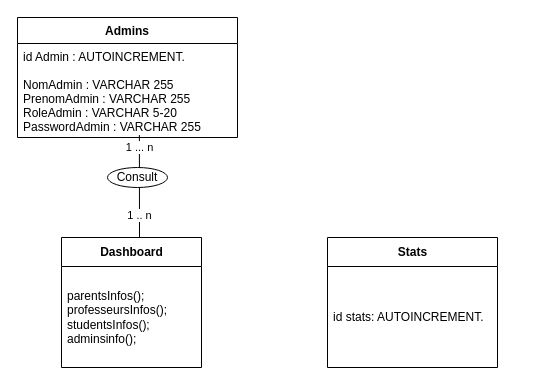
Before: Conceptions/Merise/MCD.drawio in JAMALEEY/Application-de-gestion-d-cole-BETA, a draw.io diagram. Source tidied: cells renumbered, new cells numbered last; positions are measured from the earlier drawing's top-left corner, leaving out a move shared by most shapes. Both pictures are drawn from the tidied source at 100%, with x=0, y=0 at pixel (17, 17).
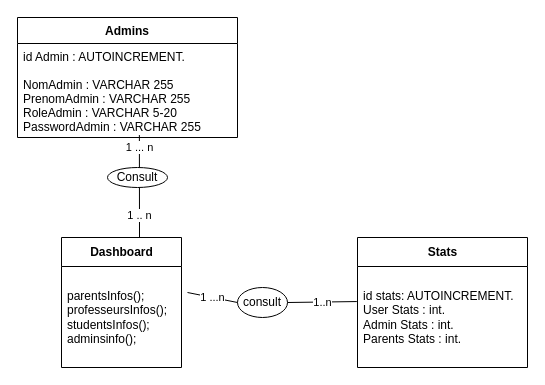
Above is the later version.

Commit message:
Finish Mcd

Diff of the diagram source:
```diff
@@
 <mxGraphModel>
   <root>
     <mxCell id="0" />
     <mxCell id="1" parent="0" />
     <mxCell id="2" value="Admins" style="swimlane;fontStyle=1;align=center;verticalAlign=top;horizontal=1;startSize=26;" parent="1" vertex="1">
       <mxGeometry width="220" height="120" as="geometry" />
     </mxCell>
     <mxCell id="3" value="id Admin : AUTOINCREMENT.&#10;&#10;NomAdmin : VARCHAR 255&#10;PrenomAdmin : VARCHAR 255&#10;RoleAdmin : VARCHAR 5-20&#10;PasswordAdmin : VARCHAR 255&#10;" style="text;strokeColor=none;fillColor=none;align=left;verticalAlign=top;spacingLeft=4;spacingRight=4;overflow=hidden;points=[[0,0.5],[1,0.5]];portConstraint=eastwest;" parent="2" vertex="1">
       <mxGeometry y="26" width="220" height="94" as="geometry" />
     </mxCell>
     <mxCell id="4" value="1 ... n" style="endArrow=none;html=1;entryX=0.554;entryY=0.974;entryDx=0;entryDy=0;entryPerimeter=0;" parent="1" edge="1" target="3">
       <mxGeometry x="0.76" relative="1" as="geometry">
         <mxPoint x="122" y="220" as="sourcePoint" />
       </mxGeometry>
     </mxCell>
     <mxCell id="5" value="1 .. n&lt;br&gt;" style="edgeLabel;html=1;align=center;verticalAlign=middle;" parent="4" vertex="1">
       <mxGeometry x="-0.56" relative="1" as="geometry" />
     </mxCell>
     <mxCell id="6" value="Consult" style="ellipse;whiteSpace=wrap;html=1;" parent="1" vertex="1">
       <mxGeometry x="90" y="150" width="60" height="20" as="geometry" />
     </mxCell>
     <mxCell id="7" value="Dashboard" style="swimlane;fontStyle=1;align=center;verticalAlign=middle;horizontal=1;startSize=29;html=1;" parent="1" vertex="1">
-      <mxGeometry x="44" y="220" width="140" height="130" as="geometry" />
+      <mxGeometry x="44" y="220" width="120" height="130" as="geometry" />
     </mxCell>
     <mxCell id="8" value="parentsInfos();&lt;br style=&quot;padding: 0px ; margin: 0px&quot;&gt;professeursInfos();&lt;br style=&quot;padding: 0px ; margin: 0px&quot;&gt;studentsInfos();&lt;br style=&quot;padding: 0px ; margin: 0px&quot;&gt;adminsinfo();" style="text;html=1;strokeColor=none;fillColor=none;align=left;verticalAlign=middle;spacingLeft=4;spacingRight=4;overflow=hidden;" parent="7" vertex="1">
-      <mxGeometry y="29" width="140" height="101" as="geometry" />
+      <mxGeometry y="29" width="120" height="101" as="geometry" />
     </mxCell>
     <mxCell id="9" value="Stats" style="swimlane;fontStyle=1;align=center;verticalAlign=middle;horizontal=1;startSize=29;html=1;" parent="1" vertex="1">
-      <mxGeometry x="310" y="220" width="170" height="130" as="geometry" />
+      <mxGeometry x="340" y="220" width="170" height="130" as="geometry" />
     </mxCell>
+    <mxCell id="11" value="consult" style="ellipse;whiteSpace=wrap;html=1;" parent="1" vertex="1">
+      <mxGeometry x="220" y="270" width="50" height="30" as="geometry" />
+    </mxCell>
+    <mxCell id="12" value="1..n" style="endArrow=none;html=1;exitX=1;exitY=0.5;exitDx=0;exitDy=0;entryX=-0.004;entryY=0.347;entryDx=0;entryDy=0;entryPerimeter=0;" parent="1" edge="1" source="11" target="10">
+      <mxGeometry relative="1" as="geometry" />
+    </mxCell>
+    <mxCell id="13" value="1 ...n" style="endArrow=none;html=1;entryX=0;entryY=0.5;entryDx=0;entryDy=0;" parent="1" edge="1" target="11">
+      <mxGeometry relative="1" as="geometry">
+        <mxPoint x="170" y="275" as="sourcePoint" />
+      </mxGeometry>
+    </mxCell>
-    <mxCell id="10" value="id stats: AUTOINCREMENT." style="text;html=1;strokeColor=none;fillColor=none;align=left;verticalAlign=middle;spacingLeft=4;spacingRight=4;overflow=hidden;points=[[0,0.5],[1,0.5]];portConstraint=eastwest;" parent="9" vertex="1">
-      <mxGeometry y="29" width="170" height="101" as="geometry" />
+    <mxCell id="10" value="id stats: AUTOINCREMENT.&lt;br&gt;User Stats : int.&lt;br&gt;Admin Stats : int.&lt;br&gt;Parents Stats : int." style="text;html=1;strokeColor=none;fillColor=none;align=left;verticalAlign=middle;spacingLeft=4;spacingRight=4;overflow=hidden;points=[[0,0.5],[1,0.5]];portConstraint=eastwest;" parent="1" vertex="1">
+      <mxGeometry x="340" y="249" width="170" height="101" as="geometry" />
     </mxCell>
   </root>
 </mxGraphModel>
```
